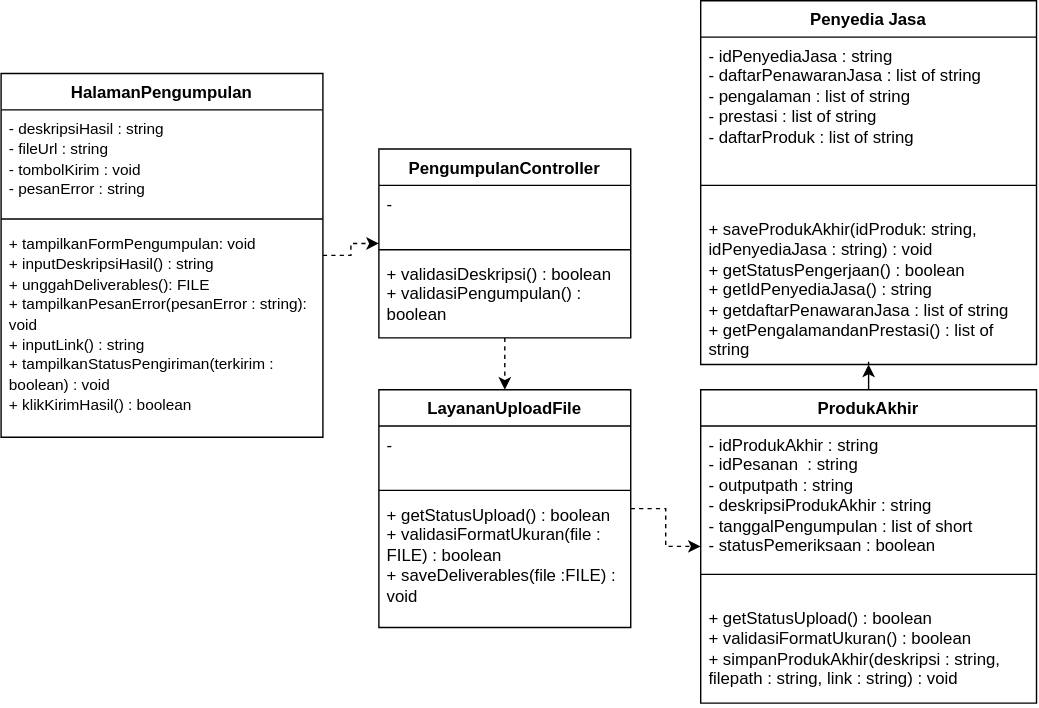
Earlier version of the draw.io export docs/M7/assets/diagram/UC11_DiagramKelas.svg (EdwTorch/IF2150-RPL-K01-G03). Source tidied: cells renumbered, new cells last; positions are measured from the earlier drawing's top-left corner, leaving out a move shared by most shapes.
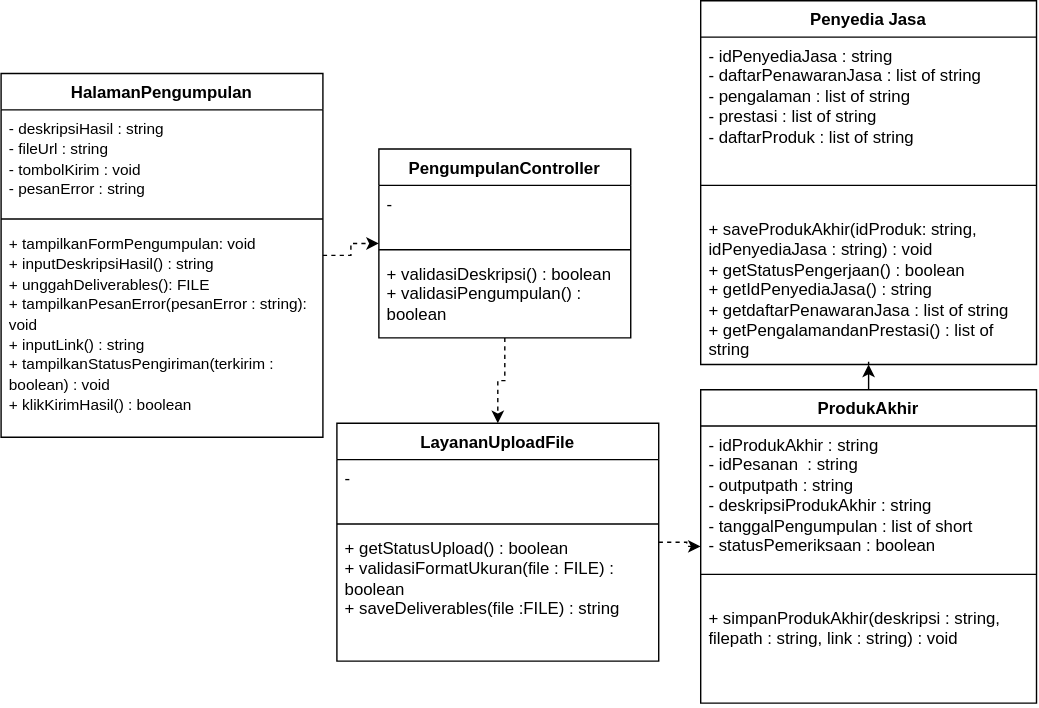
The same diagram one commit later.

Commit message:
docs : Refactor Diagram Class UC11 & add traceability atribute UC11

Change to the diagram source:
```diff
@@ -36,16 +36,16 @@
       <mxGeometry relative="1" as="geometry" />
     </mxCell>
     <mxCell id="13" value="LayananUploadFile" style="swimlane;fontStyle=1;align=center;verticalAlign=top;horizontal=1;startSize=26;whiteSpace=wrap;html=1;" parent="1" vertex="1">
-      <mxGeometry x="270" y="278" width="180" height="170" as="geometry" />
+      <mxGeometry x="240" y="302" width="230" height="170" as="geometry" />
     </mxCell>
     <mxCell id="14" value="-" style="text;strokeColor=none;fillColor=none;align=left;verticalAlign=top;spacingLeft=4;spacingRight=4;overflow=hidden;whiteSpace=wrap;html=1;" parent="13" vertex="1">
-      <mxGeometry y="26" width="180" height="42" as="geometry" />
+      <mxGeometry y="26" width="230" height="42" as="geometry" />
     </mxCell>
     <mxCell id="15" style="line;strokeWidth=1;fillColor=none;align=left;verticalAlign=middle;spacingTop=-1;spacingLeft=3;spacingRight=3;labelPosition=right;strokeColor=inherit;" parent="13" vertex="1">
-      <mxGeometry y="68" width="180" height="8" as="geometry" />
+      <mxGeometry y="68" width="230" height="8" as="geometry" />
     </mxCell>
-    <mxCell id="16" value="+ getStatusUpload() : boolean&lt;div&gt;+ validasiFormatUkuran(file : FILE) : boolean&lt;/div&gt;&lt;div&gt;+ saveDeliverables(file :FILE) : void&lt;/div&gt;" style="text;strokeColor=none;fillColor=none;align=left;verticalAlign=top;spacingLeft=4;spacingRight=4;overflow=hidden;whiteSpace=wrap;html=1;" parent="13" vertex="1">
-      <mxGeometry y="76" width="180" height="94" as="geometry" />
+    <mxCell id="16" value="+ getStatusUpload() : boolean&lt;div&gt;+ validasiFormatUkuran(file : FILE) : boolean&lt;/div&gt;&lt;div&gt;+ saveDeliverables(file :FILE) : string&lt;/div&gt;" style="text;strokeColor=none;fillColor=none;align=left;verticalAlign=top;spacingLeft=4;spacingRight=4;overflow=hidden;whiteSpace=wrap;html=1;" parent="13" vertex="1">
+      <mxGeometry y="76" width="230" height="94" as="geometry" />
     </mxCell>
     <mxCell id="17" style="edgeStyle=orthogonalEdgeStyle;rounded=0;jettySize=auto;html=1;dashed=1;" parent="1" edge="1" source="18" target="22">
       <mxGeometry relative="1" as="geometry" />
@@ -59,7 +59,7 @@
     <mxCell id="20" style="line;strokeWidth=1;fillColor=none;align=left;verticalAlign=middle;spacingTop=-1;spacingLeft=3;spacingRight=3;labelPosition=right;strokeColor=inherit;" parent="18" vertex="1">
       <mxGeometry y="114" width="240" height="36" as="geometry" />
     </mxCell>
-    <mxCell id="21" value="+ getStatusUpload() : boolean&amp;nbsp;&lt;div&gt;+ validasiFormatUkuran() : boolean&lt;/div&gt;&lt;div&gt;+ simpanProdukAkhir(deskripsi : string, filepath : string, link : string) : void&lt;/div&gt;" style="text;strokeColor=none;fillColor=none;align=left;verticalAlign=top;spacingLeft=4;spacingRight=4;overflow=hidden;whiteSpace=wrap;html=1;" parent="18" vertex="1">
+    <mxCell id="21" value="&lt;div&gt;+ simpanProdukAkhir(deskripsi : string, filepath : string, link : string) : void&lt;/div&gt;" style="text;strokeColor=none;fillColor=none;align=left;verticalAlign=top;spacingLeft=4;spacingRight=4;overflow=hidden;whiteSpace=wrap;html=1;" parent="18" vertex="1">
       <mxGeometry y="150" width="240" height="74" as="geometry" />
     </mxCell>
     <mxCell id="22" value="Penyedia Jasa" style="swimlane;fontStyle=1;align=center;verticalAlign=top;horizontal=1;startSize=26;whiteSpace=wrap;html=1;" parent="1" vertex="1">
```
